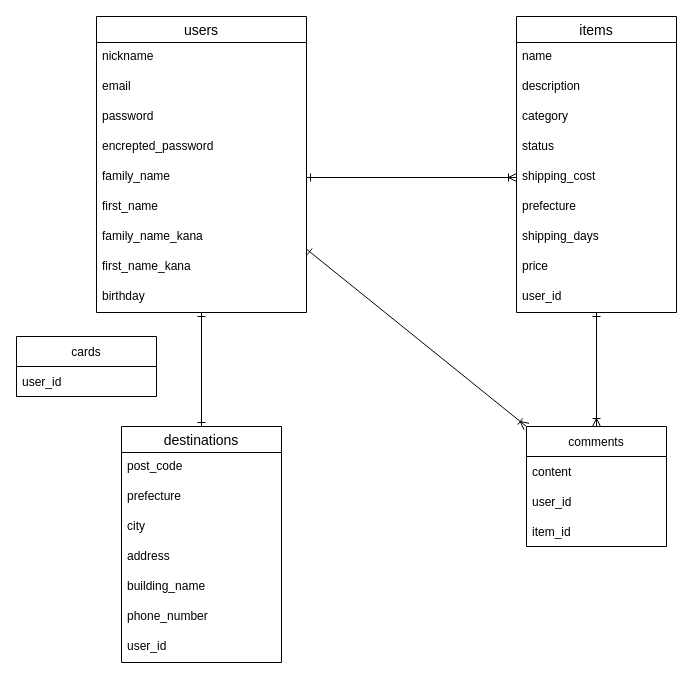
Before: ER.dio in valuset3/furima-38021, a draw.io diagram. Source tidied: cells renumbered, new cells numbered last; positions are measured from the earlier drawing's top-left corner, leaving out a move shared by most shapes. Both pictures are drawn from the tidied source at 100%, with x=0, y=0 at pixel (16, 16).
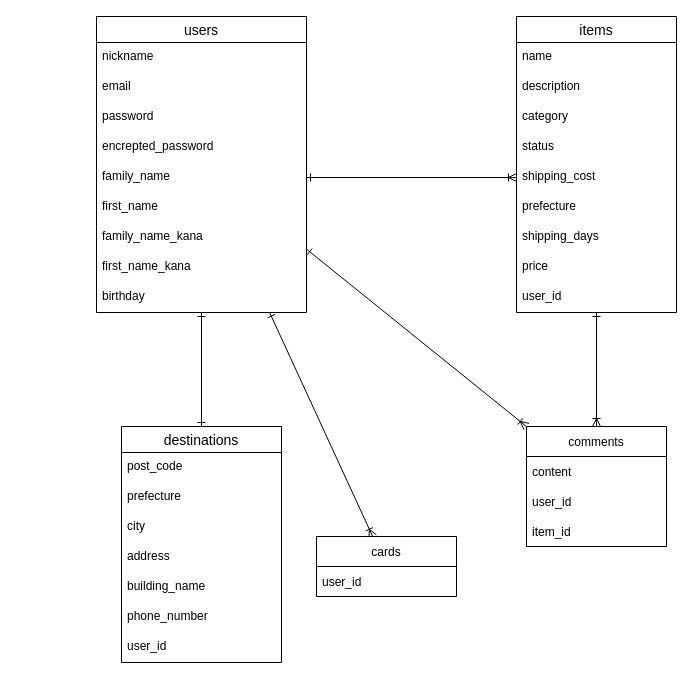
The same page after the edit.

Commit message:
データベース設計２

Unchanged cells that the change refers to:
```xml
<mxCell id="4" value="users" style="swimlane;fontStyle=0;horizontal=1;startSize=26;align=center;fontSize=14;" parent="1" vertex="1">
  <mxGeometry x="80" width="210" height="296" as="geometry" />
</mxCell>
```

Change to the diagram source:
```diff
@@
+    <mxCell id="40" style="edgeStyle=none;jumpSize=13;html=1;startArrow=ERone;startFill=0;endArrow=ERoneToMany;endFill=0;strokeWidth=1;" parent="1" edge="1" source="4" target="34">
+      <mxGeometry relative="1" as="geometry" />
+    </mxCell>
@@
     <mxCell id="34" value="cards" style="swimlane;fontStyle=0;horizontal=1;startSize=30;" parent="1" vertex="1">
-      <mxGeometry y="320" width="140" height="60" as="geometry" />
+      <mxGeometry x="300" y="520" width="140" height="60" as="geometry" />
     </mxCell>
```
